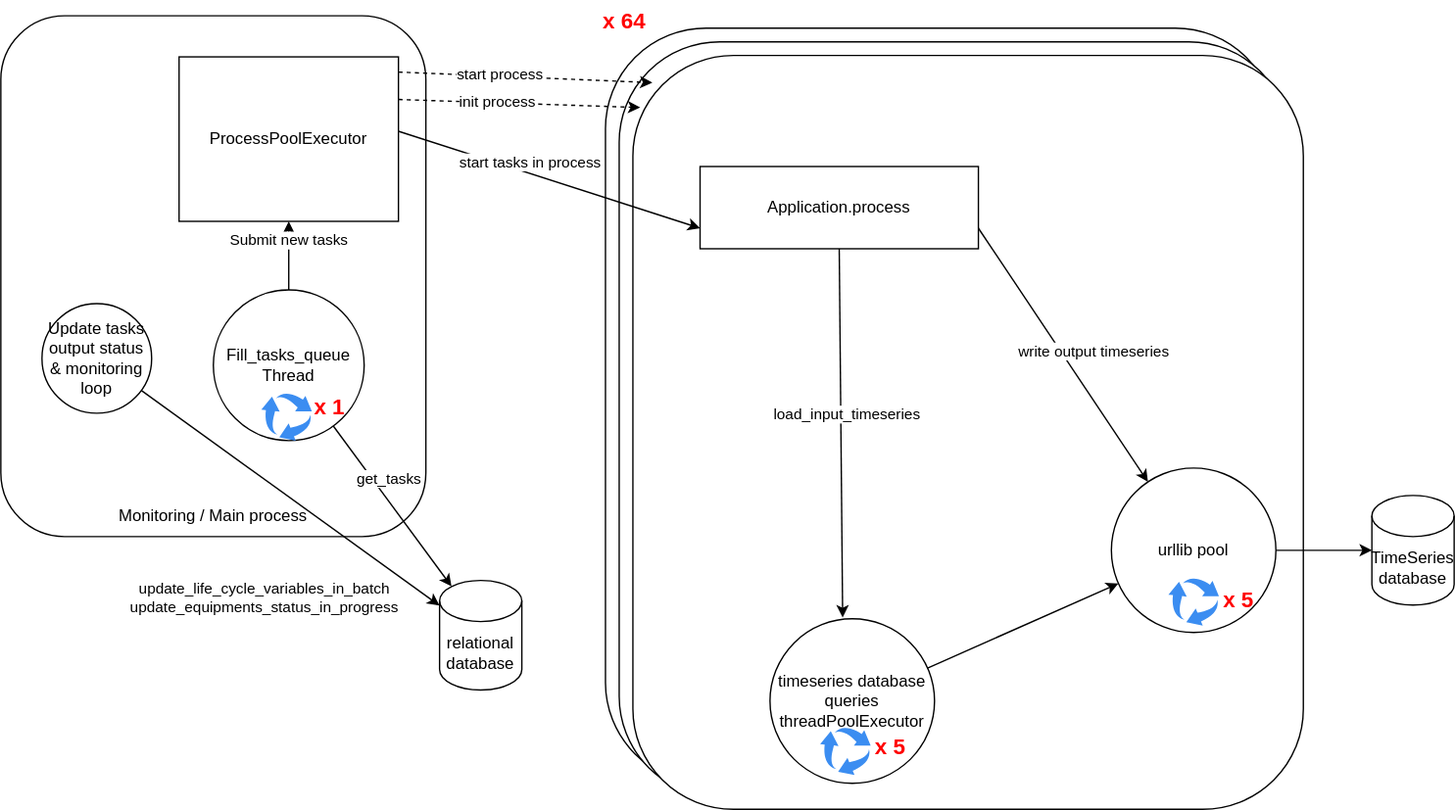
Purecontrol/breizhcamp_bench_python_containers keeps this draw.io diagram as slides/media/archi.drawio.svg. Above is the earlier version. Source tidied: cells renumbered, new cells last; positions are measured from the earlier drawing's top-left corner, leaving out a move shared by most shapes.
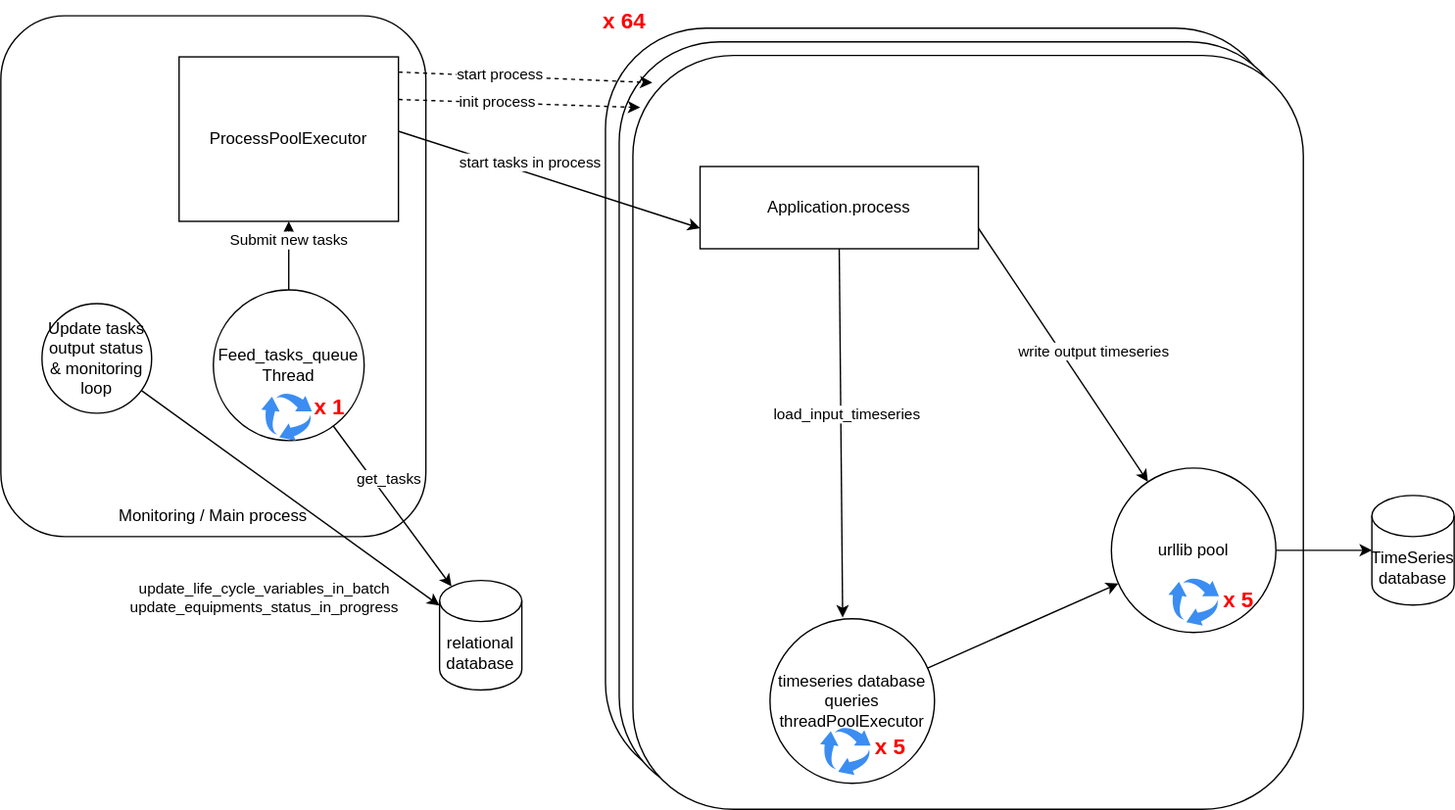
After the commit.

Diff of the diagram source:
```diff
@@ -22,7 +22,7 @@
         <mxPoint x="12" as="offset" />
       </mxGeometry>
     </mxCell>
-    <mxCell id="8" value="Fill_tasks_queue&lt;br&gt;Thread" style="ellipse;whiteSpace=wrap;html=1;" parent="1" vertex="1">
+    <mxCell id="8" value="Feed_tasks_queue&lt;br&gt;Thread" style="ellipse;whiteSpace=wrap;html=1;" parent="1" vertex="1">
       <mxGeometry x="155" y="211" width="110" height="110" as="geometry" />
     </mxCell>
     <mxCell id="9" style="sketch=0;html=1;strokeColor=none;shadow=0;fillColor=#3B8DF1;verticalAlign=top;labelPosition=center;verticalLabelPosition=bottom;shape=mxgraph.gcp2.arrow_cycle;" parent="1" vertex="1">
```
